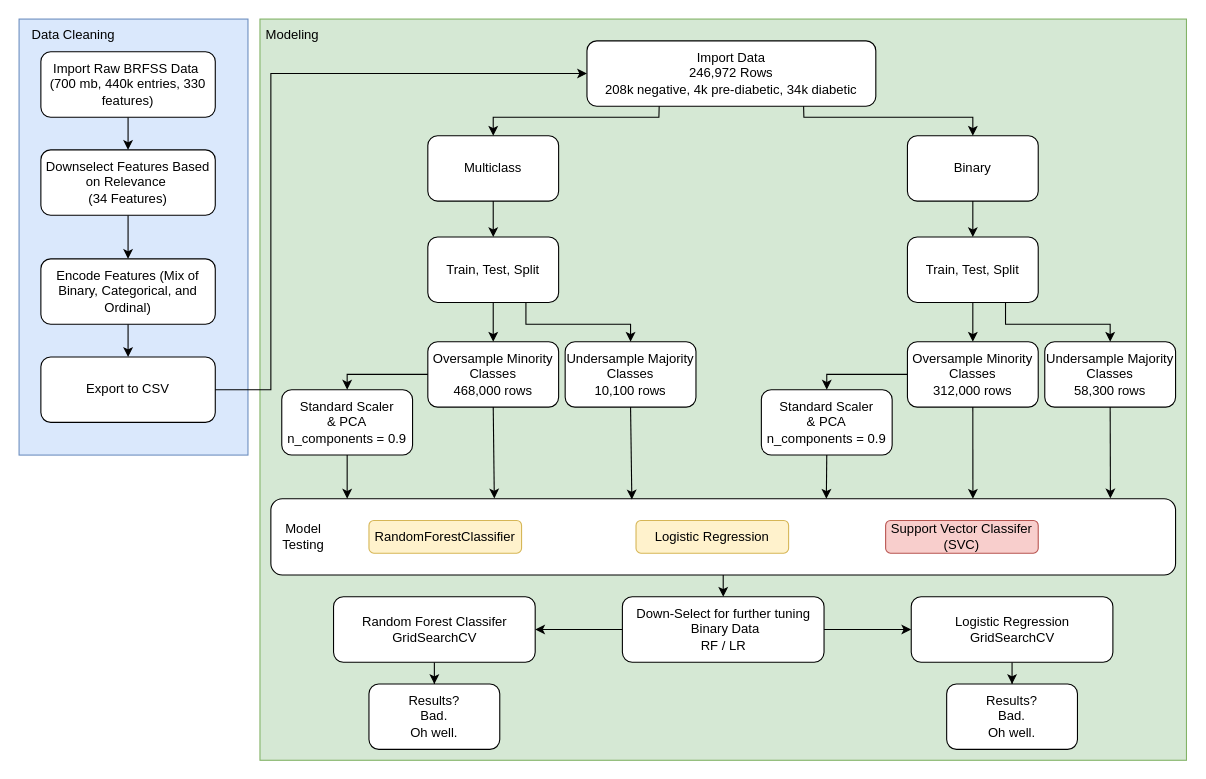
Earlier version of the draw.io diagram Workflow_Diagram.drawio (mdipinto1/m.c-squared-2). Source tidied: cells renumbered, new cells numbered last; positions are measured from the earlier drawing's top-left corner, leaving out a move shared by most shapes. Both pictures are drawn from the tidied source at 109%, with x=0, y=0 at pixel (19, 19).
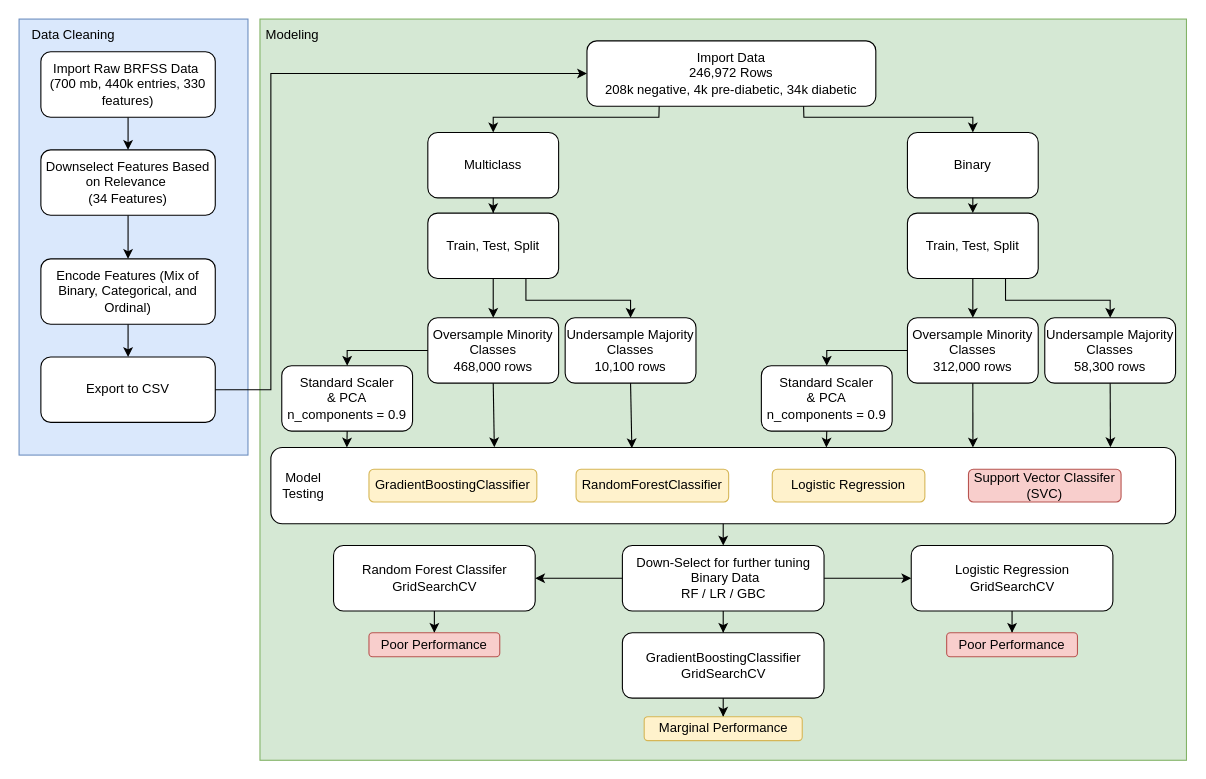
After the change.

Commit message (it also covers changes not shown here):
gridsearch and some visualizations

The edit, as a diff of the source:
```diff
@@
     <mxCell id="16" value="Multiclass" style="rounded=1;whiteSpace=wrap;html=1;" parent="1" vertex="1">
-      <mxGeometry x="375" y="107" width="120" height="60" as="geometry" />
+      <mxGeometry x="375" y="104" width="120" height="60" as="geometry" />
     </mxCell>
     <mxCell id="17" value="Binary" style="rounded=1;whiteSpace=wrap;html=1;" parent="1" vertex="1">
-      <mxGeometry x="815" y="107" width="120" height="60" as="geometry" />
+      <mxGeometry x="815" y="104" width="120" height="60" as="geometry" />
     </mxCell>
     <mxCell id="18" value="Oversample Minority Classes&lt;br&gt;468,000 rows" style="rounded=1;whiteSpace=wrap;html=1;" parent="1" vertex="1">
-      <mxGeometry x="375" y="296" width="120" height="60" as="geometry" />
+      <mxGeometry x="375" y="274" width="120" height="60" as="geometry" />
     </mxCell>
     <mxCell id="19" value="Undersample Majority Classes&lt;br&gt;10,100 rows" style="rounded=1;whiteSpace=wrap;html=1;" parent="1" vertex="1">
-      <mxGeometry x="501" y="296" width="120" height="60" as="geometry" />
+      <mxGeometry x="501" y="274" width="120" height="60" as="geometry" />
     </mxCell>
@@
     <mxCell id="21" value="Train, Test, Split" style="rounded=1;whiteSpace=wrap;html=1;" parent="1" vertex="1">
-      <mxGeometry x="815" y="200" width="120" height="60" as="geometry" />
+      <mxGeometry x="815" y="178" width="120" height="60" as="geometry" />
     </mxCell>
     <mxCell id="22" value="Oversample Minority Classes&lt;br style=&quot;border-color: var(--border-color);&quot;&gt;312,000 rows" style="rounded=1;whiteSpace=wrap;html=1;" parent="1" vertex="1">
-      <mxGeometry x="815" y="296" width="120" height="60" as="geometry" />
+      <mxGeometry x="815" y="274" width="120" height="60" as="geometry" />
     </mxCell>
     <mxCell id="23" value="Undersample Majority Classes&lt;br style=&quot;border-color: var(--border-color);&quot;&gt;58,300 rows" style="rounded=1;whiteSpace=wrap;html=1;" parent="1" vertex="1">
-      <mxGeometry x="941" y="296" width="120" height="60" as="geometry" />
+      <mxGeometry x="941" y="274" width="120" height="60" as="geometry" />
     </mxCell>
@@
     <mxCell id="25" value="Train, Test, Split" style="rounded=1;whiteSpace=wrap;html=1;" parent="1" vertex="1">
-      <mxGeometry x="375" y="200" width="120" height="60" as="geometry" />
+      <mxGeometry x="375" y="178" width="120" height="60" as="geometry" />
     </mxCell>
@@
     <mxCell id="27" value="Standard Scaler&lt;br&gt;&amp;amp; PCA&lt;br style=&quot;border-color: var(--border-color);&quot;&gt;n_components = 0.9" style="rounded=1;whiteSpace=wrap;html=1;" parent="1" vertex="1">
-      <mxGeometry x="241" y="340" width="120" height="60" as="geometry" />
+      <mxGeometry x="241" y="318" width="120" height="60" as="geometry" />
     </mxCell>
     <mxCell id="28" value="Standard Scaler&lt;br&gt;&amp;amp; PCA&lt;br&gt;n_components = 0.9" style="rounded=1;whiteSpace=wrap;html=1;" parent="1" vertex="1">
-      <mxGeometry x="681" y="340" width="120" height="60" as="geometry" />
+      <mxGeometry x="681" y="318" width="120" height="60" as="geometry" />
     </mxCell>
     <mxCell id="29" style="endArrow=classic;html=1;rounded=0;exitX=0;exitY=0.5;exitDx=0;exitDy=0;entryX=0.5;entryY=0;entryDx=0;entryDy=0;" parent="1" edge="1" source="18" target="27">
       <mxGeometry relative="1" as="geometry">
         <Array as="points">
-          <mxPoint x="301" y="326" />
+          <mxPoint x="301" y="304" />
         </Array>
       </mxGeometry>
     </mxCell>
     <mxCell id="30" style="endArrow=classic;html=1;rounded=0;exitX=0;exitY=0.5;exitDx=0;exitDy=0;entryX=0.5;entryY=0;entryDx=0;entryDy=0;" parent="1" edge="1" source="22" target="28">
       <mxGeometry relative="1" as="geometry">
         <Array as="points">
-          <mxPoint x="741" y="326" />
+          <mxPoint x="741" y="304" />
         </Array>
       </mxGeometry>
     </mxCell>
     <mxCell id="31" style="endArrow=classic;html=1;rounded=0;exitX=0.75;exitY=1;exitDx=0;exitDy=0;entryX=0.5;entryY=0;entryDx=0;entryDy=0;" parent="1" edge="1" source="25" target="19">
       <mxGeometry relative="1" as="geometry">
         <Array as="points">
-          <mxPoint x="465" y="280" />
-          <mxPoint x="561" y="280" />
+          <mxPoint x="465" y="258" />
+          <mxPoint x="561" y="258" />
         </Array>
       </mxGeometry>
     </mxCell>
     <mxCell id="32" style="endArrow=classic;html=1;rounded=0;exitX=0.75;exitY=1;exitDx=0;exitDy=0;entryX=0.5;entryY=0;entryDx=0;entryDy=0;" parent="1" edge="1" source="21" target="23">
       <mxGeometry relative="1" as="geometry">
         <Array as="points">
-          <mxPoint x="905" y="280" />
-          <mxPoint x="1001" y="280" />
+          <mxPoint x="905" y="258" />
+          <mxPoint x="1001" y="258" />
         </Array>
       </mxGeometry>
     </mxCell>
     <mxCell id="33" style="rounded=1;whiteSpace=wrap;html=1;" parent="1" vertex="1">
-      <mxGeometry x="231" y="440" width="830" height="70" as="geometry" />
+      <mxGeometry x="231" y="393" width="830" height="70" as="geometry" />
     </mxCell>
     <mxCell id="34" value="Model Testing" style="text;html=1;strokeColor=none;fillColor=none;align=center;verticalAlign=middle;whiteSpace=wrap;rounded=0;" parent="1" vertex="1">
-      <mxGeometry x="231" y="460" width="60" height="30" as="geometry" />
+      <mxGeometry x="231" y="413" width="60" height="30" as="geometry" />
     </mxCell>
-    <mxCell id="35" style="endArrow=classic;html=1;rounded=0;exitX=0.5;exitY=1;exitDx=0;exitDy=0;" parent="1" edge="1" source="27">
-      <mxGeometry relative="1" as="geometry">
-        <mxPoint x="301" y="440" as="targetPoint" />
-      </mxGeometry>
+    <mxCell id="35" style="endArrow=classic;html=1;rounded=0;exitX=0.5;exitY=1;exitDx=0;exitDy=0;entryX=0.084;entryY=0.001;entryDx=0;entryDy=0;entryPerimeter=0;" parent="1" edge="1" source="27" target="33">
+      <mxGeometry relative="1" as="geometry" />
     </mxCell>
@@
     <mxCell id="41" value="RandomForestClassifier" style="rounded=1;whiteSpace=wrap;html=1;fillColor=#fff2cc;strokeColor=#d6b656;" parent="1" vertex="1">
-      <mxGeometry x="321" y="460" width="140" height="30" as="geometry" />
+      <mxGeometry x="511" y="413" width="140" height="30" as="geometry" />
     </mxCell>
     <mxCell id="42" value="Logistic Regression" style="rounded=1;whiteSpace=wrap;html=1;fillColor=#fff2cc;strokeColor=#d6b656;" parent="1" vertex="1">
-      <mxGeometry x="566" y="460" width="140" height="30" as="geometry" />
+      <mxGeometry x="691" y="413" width="140" height="30" as="geometry" />
     </mxCell>
     <mxCell id="43" value="Support Vector Classifer (SVC)" style="rounded=1;whiteSpace=wrap;html=1;fillColor=#f8cecc;strokeColor=#b85450;" parent="1" vertex="1">
-      <mxGeometry x="795" y="460" width="140" height="30" as="geometry" />
+      <mxGeometry x="871" y="413" width="140" height="30" as="geometry" />
     </mxCell>
@@
+    <mxCell id="56" style="edgeStyle=orthogonalEdgeStyle;rounded=0;jettySize=auto;html=1;" parent="1" edge="1" source="46" target="59">
+      <mxGeometry relative="1" as="geometry" />
+    </mxCell>
-    <mxCell id="46" value="Down-Select&amp;nbsp;for further tuning&lt;br&gt;&amp;nbsp;Binary Data&lt;br&gt;RF / LR" style="rounded=1;whiteSpace=wrap;html=1;" parent="1" vertex="1">
-      <mxGeometry x="553.5" y="530" width="185" height="60" as="geometry" />
+    <mxCell id="46" value="Down-Select&amp;nbsp;for further tuning&lt;br&gt;&amp;nbsp;Binary Data&lt;br&gt;RF / LR / GBC" style="rounded=1;whiteSpace=wrap;html=1;" parent="1" vertex="1">
+      <mxGeometry x="553.5" y="483" width="185" height="60" as="geometry" />
     </mxCell>
@@
     <mxCell id="49" value="Logistic Regression&lt;br&gt;GridSearchCV" style="rounded=1;whiteSpace=wrap;html=1;" parent="1" vertex="1">
-      <mxGeometry x="818.5" y="530" width="185" height="60" as="geometry" />
+      <mxGeometry x="818.5" y="483" width="185" height="60" as="geometry" />
     </mxCell>
@@
     <mxCell id="51" value="Random Forest Classifer&lt;br&gt;GridSearchCV" style="rounded=1;whiteSpace=wrap;html=1;" parent="1" vertex="1">
-      <mxGeometry x="288.5" y="530" width="185" height="60" as="geometry" />
+      <mxGeometry x="288.5" y="483" width="185" height="60" as="geometry" />
     </mxCell>
-    <mxCell id="52" value="Results?&lt;br&gt;Bad.&lt;br&gt;Oh well." style="whiteSpace=wrap;html=1;rounded=1;" parent="1" vertex="1">
-      <mxGeometry x="321" y="610" width="120" height="60" as="geometry" />
+    <mxCell id="52" value="Poor Performance" style="whiteSpace=wrap;html=1;rounded=1;fillColor=#f8cecc;strokeColor=#b85450;" parent="1" vertex="1">
+      <mxGeometry x="321" y="563" width="120" height="22" as="geometry" />
     </mxCell>
-    <mxCell id="53" value="Results?&lt;br&gt;Bad.&lt;br&gt;Oh well." style="whiteSpace=wrap;html=1;rounded=1;" parent="1" vertex="1">
-      <mxGeometry x="851" y="610" width="120" height="60" as="geometry" />
+    <mxCell id="53" value="Poor Performance" style="whiteSpace=wrap;html=1;rounded=1;fillColor=#f8cecc;strokeColor=#b85450;" parent="1" vertex="1">
+      <mxGeometry x="851" y="563" width="120" height="22" as="geometry" />
     </mxCell>
@@
+    <mxCell id="57" value="GradientBoostingClassifier" style="rounded=1;whiteSpace=wrap;html=1;fillColor=#fff2cc;strokeColor=#d6b656;" parent="1" vertex="1">
+      <mxGeometry x="321" y="413" width="154" height="30" as="geometry" />
+    </mxCell>
+    <mxCell id="58" style="edgeStyle=orthogonalEdgeStyle;rounded=0;jettySize=auto;html=1;" parent="1" edge="1" source="59" target="60">
+      <mxGeometry relative="1" as="geometry" />
+    </mxCell>
+    <mxCell id="59" value="GradientBoostingClassifier&lt;br&gt;GridSearchCV" style="rounded=1;whiteSpace=wrap;html=1;" parent="1" vertex="1">
+      <mxGeometry x="553.5" y="563" width="185" height="60" as="geometry" />
+    </mxCell>
+    <mxCell id="60" value="Marginal Performance" style="whiteSpace=wrap;html=1;rounded=1;fillColor=#fff2cc;strokeColor=#d6b656;" parent="1" vertex="1">
+      <mxGeometry x="573.5" y="640" width="145" height="22" as="geometry" />
+    </mxCell>
```
